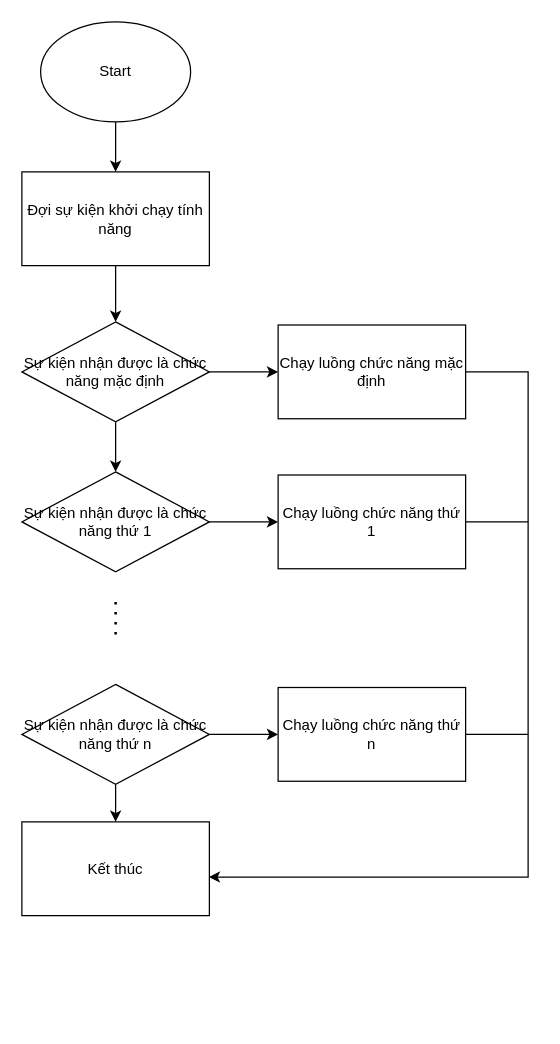
This is page "Flow Control" (7 of 10) of chart-diagram.drawio from otaros/CE232, a draw.io file, before an edit. Source tidied: cells renumbered, new cells numbered last; positions are measured from the earlier drawing's top-left corner, leaving out a move shared by most shapes. Both pictures are drawn from the tidied source at 125%, with x=0, y=0 at pixel (21, 21).
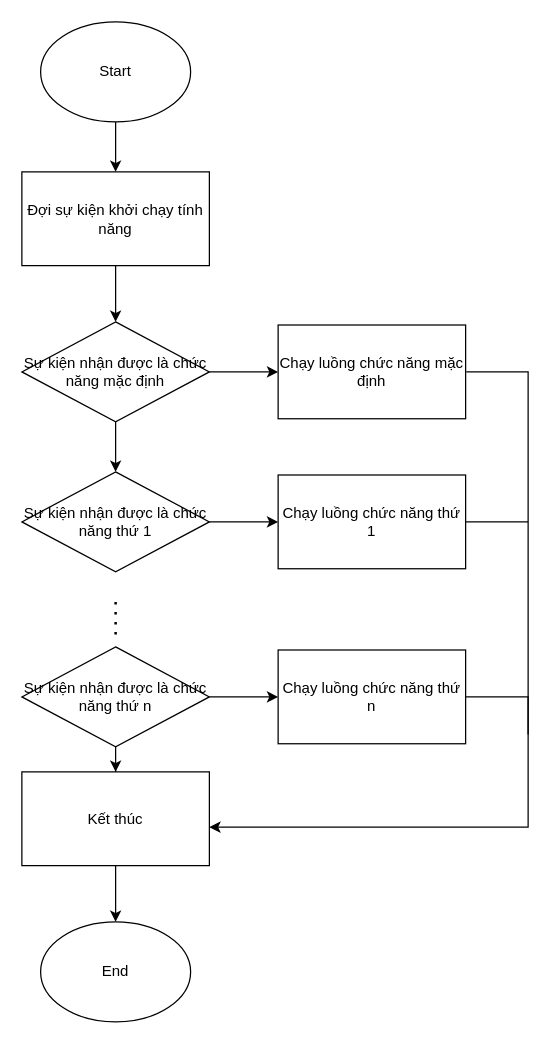
The same diagram, later.

Unchanged cells that the change refers to:
```xml
<mxCell id="10" value="Chạy luồng chức năng mặc định" style="rounded=0;whiteSpace=wrap;html=1;" parent="1" vertex="1">
  <mxGeometry x="205" y="242.5" width="150" height="75" as="geometry" />
</mxCell>
```

What changed in the source:
```diff
@@
-    <mxCell id="9" style="edgeStyle=orthogonalEdgeStyle;rounded=0;jettySize=auto;html=1;entryX=0.997;entryY=0.589;entryDx=0;entryDy=0;entryPerimeter=0;" parent="1" edge="1" source="10" target="21">
+    <mxCell id="9" style="edgeStyle=orthogonalEdgeStyle;rounded=0;orthogonalLoop=1;jettySize=auto;html=1;entryX=0.997;entryY=0.589;entryDx=0;entryDy=0;entryPerimeter=0;" parent="1" edge="1">
       <mxGeometry relative="1" as="geometry">
+        <mxPoint x="355.5" y="280" as="sourcePoint" />
+        <mxPoint x="150" y="644.2" as="targetPoint" />
         <Array as="points">
           <mxPoint x="405" y="280" />
-          <mxPoint x="405" y="684" />
+          <mxPoint x="405" y="644" />
         </Array>
       </mxGeometry>
     </mxCell>
@@
     <mxCell id="18" value="Sự kiện nhận được là chức năng thứ n" style="rhombus;whiteSpace=wrap;html=1;" parent="1" vertex="1">
-      <mxGeometry y="530" width="150" height="80" as="geometry" />
+      <mxGeometry y="500" width="150" height="80" as="geometry" />
     </mxCell>
     <mxCell id="19" style="edgeStyle=orthogonalEdgeStyle;rounded=0;jettySize=auto;html=1;endArrow=none;endFill=0;" parent="1" edge="1" source="20">
       <mxGeometry relative="1" as="geometry">
         <mxPoint x="405" y="570" as="targetPoint" />
+        <Array as="points">
+          <mxPoint x="405" y="540" />
+        </Array>
       </mxGeometry>
     </mxCell>
     <mxCell id="20" value="Chạy luồng chức năng thứ n" style="rounded=0;whiteSpace=wrap;html=1;" parent="1" vertex="1">
-      <mxGeometry x="205" y="532.5" width="150" height="75" as="geometry" />
+      <mxGeometry x="205" y="502.5" width="150" height="75" as="geometry" />
     </mxCell>
+    <mxCell id="22" style="edgeStyle=orthogonalEdgeStyle;rounded=0;jettySize=auto;html=1;entryX=0.5;entryY=0;entryDx=0;entryDy=0;" parent="1" edge="1" source="21" target="23">
+      <mxGeometry relative="1" as="geometry" />
+    </mxCell>
     <mxCell id="21" value="Kết thúc" style="rounded=0;whiteSpace=wrap;html=1;" parent="1" vertex="1">
-      <mxGeometry y="640" width="150" height="75" as="geometry" />
+      <mxGeometry y="600" width="150" height="75" as="geometry" />
     </mxCell>
+    <mxCell id="23" value="End" style="ellipse;whiteSpace=wrap;html=1;" parent="1" vertex="1">
+      <mxGeometry x="15" y="720" width="120" height="80" as="geometry" />
+    </mxCell>
```
